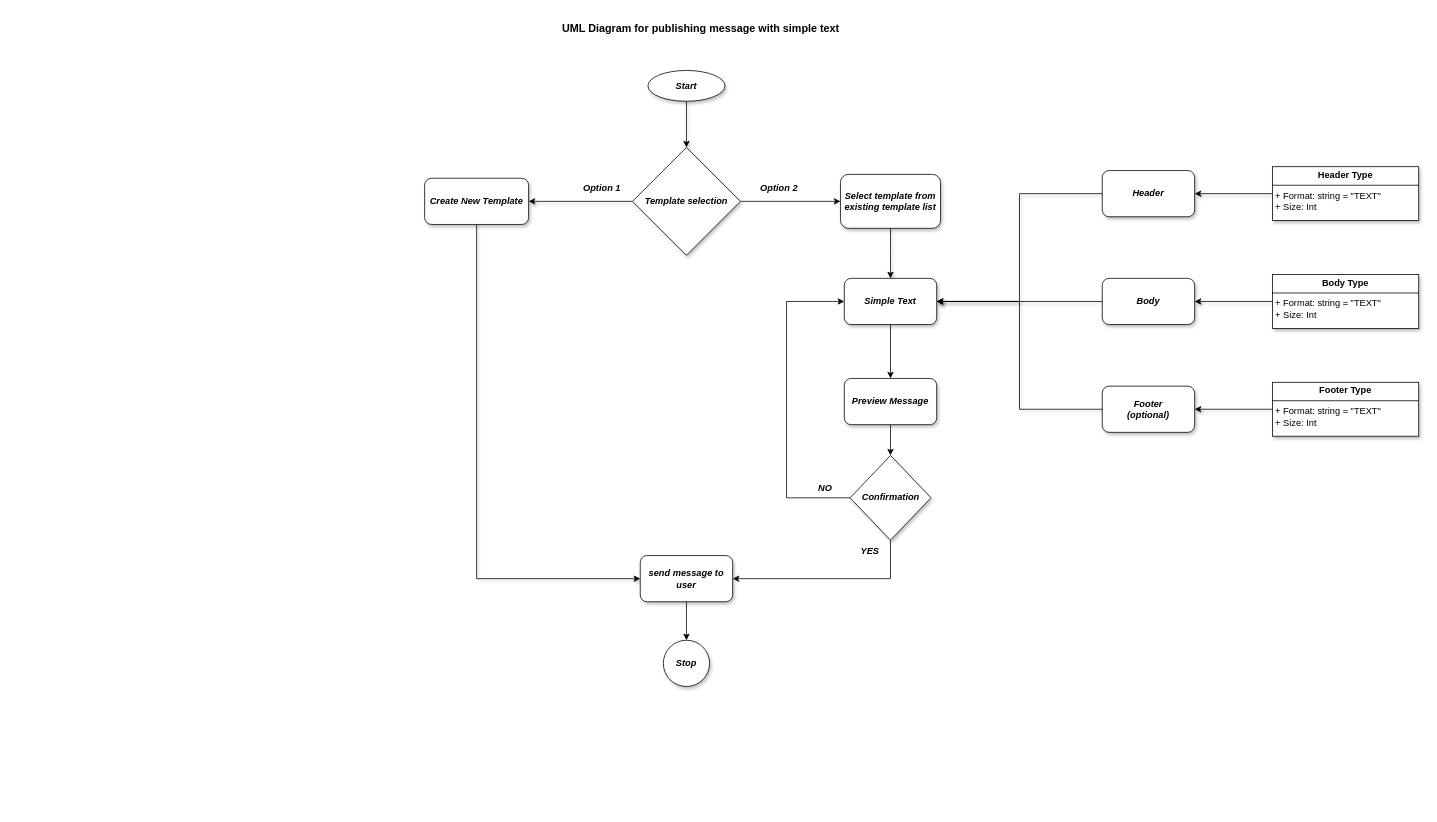
Earlier version of the draw.io diagram page "simple_text" (1 of 4) of uml_diagrams/all_templates.drawio (AbhishekSiddagalla/Whatsapp-cloudAPI). Source tidied: cells renumbered, new cells numbered last; positions are measured from the earlier drawing's top-left corner, leaving out a move shared by most shapes. Both pictures are drawn from the tidied source at 77%, with x=0, y=0 at pixel (424, 16).
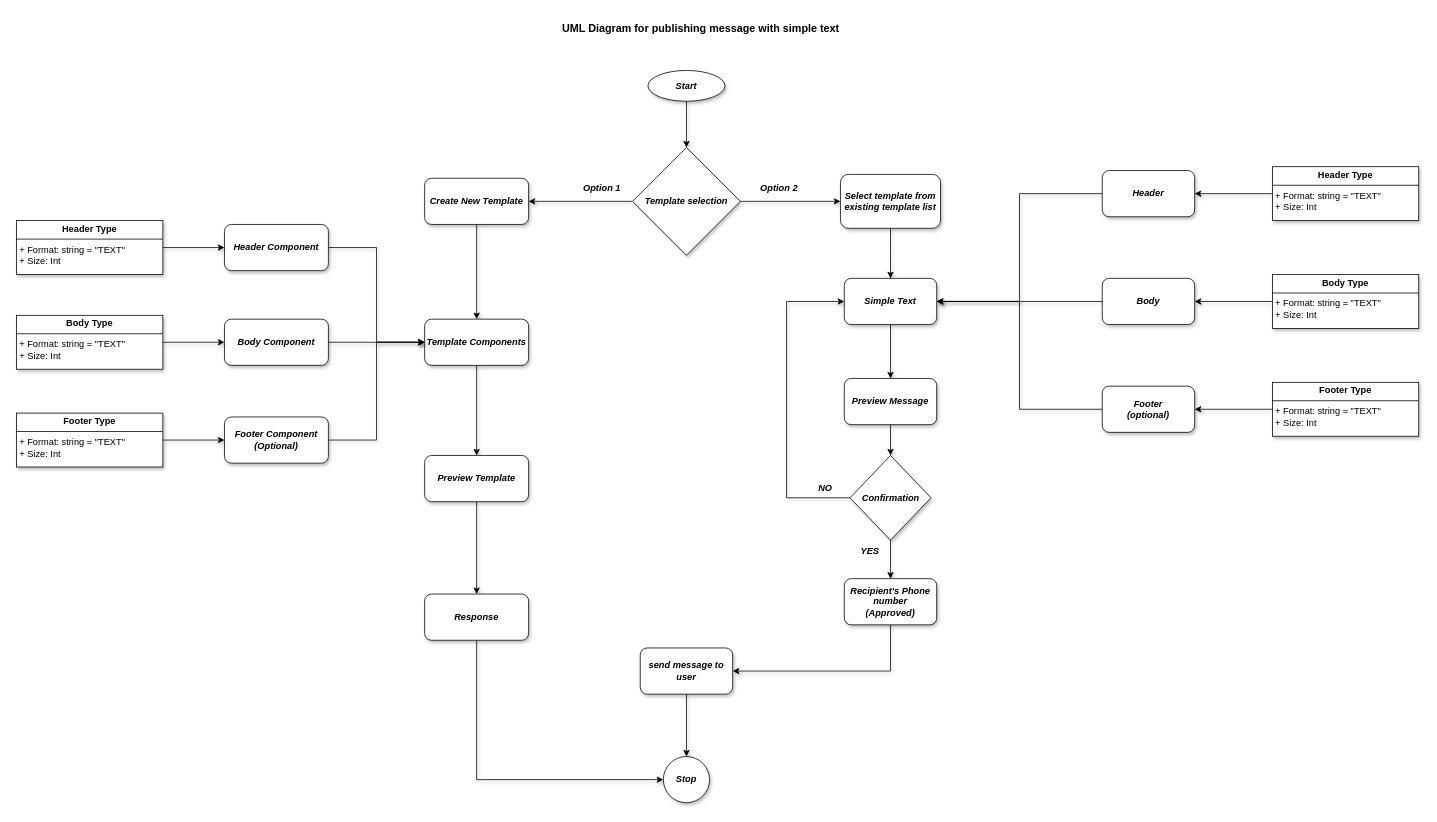
The same diagram, later.

Commit message (it also covers changes not shown here):
# uml diagrams for template creation

The change refers to these unchanged cells:
```xml
<mxCell id="5" value="&lt;b&gt;&lt;i&gt;Template selection&lt;/i&gt;&lt;/b&gt;" style="rhombus;whiteSpace=wrap;html=1;shadow=1;" parent="1" vertex="1">
  <mxGeometry x="270" y="170" width="140" height="140" as="geometry" />
</mxCell>
<mxCell id="10" value="&lt;b&gt;&lt;i&gt;Select template from existing template list&lt;/i&gt;&lt;/b&gt;" style="rounded=1;whiteSpace=wrap;html=1;shadow=1;glass=0;" parent="1" vertex="1">
  <mxGeometry x="540" y="205" width="130" height="70" as="geometry" />
</mxCell>
<mxCell id="12" value="&lt;b&gt;&lt;i&gt;Create New Template&lt;/i&gt;&lt;/b&gt;" style="rounded=1;whiteSpace=wrap;html=1;shadow=1;" parent="1" vertex="1">
  <mxGeometry y="210" width="135" height="60" as="geometry" />
</mxCell>
<mxCell id="14" value="&lt;b&gt;&lt;i&gt;Simple Text&lt;/i&gt;&lt;/b&gt;" style="rounded=1;whiteSpace=wrap;html=1;shadow=1;" parent="1" vertex="1">
  <mxGeometry x="545" y="340" width="120" height="60" as="geometry" />
</mxCell>
<mxCell id="27" value="&lt;b&gt;&lt;i&gt;Preview Message&lt;/i&gt;&lt;/b&gt;" style="rounded=1;whiteSpace=wrap;html=1;shadow=1;" parent="1" vertex="1">
  <mxGeometry x="545" y="470" width="120" height="60" as="geometry" />
</mxCell>
<mxCell id="36" value="&lt;b&gt;&lt;i&gt;Confirmation&lt;/i&gt;&lt;/b&gt;" style="rhombus;whiteSpace=wrap;html=1;shadow=1;" parent="1" vertex="1">
  <mxGeometry x="552.5" y="570" width="105" height="110" as="geometry" />
</mxCell>
```

The edit, as a diff of the source:
```diff
@@
-    <mxCell id="4" style="edgeStyle=orthogonalEdgeStyle;rounded=0;jettySize=auto;html=1;exitX=1;exitY=0.5;exitDx=0;exitDy=0;entryX=0;entryY=0.5;entryDx=0;entryDy=0;" parent="1" edge="1" source="5" target="10">
+    <mxCell id="4" style="edgeStyle=orthogonalEdgeStyle;rounded=0;jettySize=auto;html=1;exitX=1;exitY=0.5;exitDx=0;exitDy=0;entryX=0;entryY=0.5;entryDx=0;entryDy=0;shadow=1;" parent="1" edge="1" source="5" target="10">
       <mxGeometry relative="1" as="geometry" />
     </mxCell>
@@
-    <mxCell id="6" value="&lt;b&gt;&lt;font style=&quot;font-size: 14px;&quot;&gt;UML Diagram for publishing message with simple text&lt;/font&gt;&amp;nbsp;&lt;/b&gt;" style="text;html=1;align=center;verticalAlign=middle;strokeColor=none;fillColor=none;shadow=0;" parent="1" vertex="1">
+    <mxCell id="6" value="&lt;b&gt;&lt;font style=&quot;font-size: 14px;&quot;&gt;UML Diagram for publishing message with simple text&lt;/font&gt;&amp;nbsp;&lt;/b&gt;" style="text;html=1;align=center;verticalAlign=middle;strokeColor=none;fillColor=none;shadow=1;" parent="1" vertex="1">
       <mxGeometry x="165" width="390" height="30" as="geometry" />
     </mxCell>
@@
-    <mxCell id="11" style="edgeStyle=orthogonalEdgeStyle;rounded=0;jettySize=auto;html=1;exitX=0.5;exitY=1;exitDx=0;exitDy=0;entryX=0;entryY=0.5;entryDx=0;entryDy=0;shadow=1;" parent="1" edge="1" source="12" target="29">
-      <mxGeometry relative="1" as="geometry" />
-    </mxCell>
+    <mxCell id="39" style="edgeStyle=orthogonalEdgeStyle;rounded=0;jettySize=auto;html=1;exitX=0.5;exitY=1;exitDx=0;exitDy=0;entryX=0.5;entryY=0;entryDx=0;entryDy=0;shadow=1;" parent="1" edge="1" source="12" target="44">
+      <mxGeometry relative="1" as="geometry" />
+    </mxCell>
@@
-    <mxCell id="13" style="edgeStyle=orthogonalEdgeStyle;rounded=0;jettySize=auto;html=1;exitX=0.5;exitY=1;exitDx=0;exitDy=0;entryX=0.5;entryY=0;entryDx=0;entryDy=0;" parent="1" edge="1" source="14" target="27">
+    <mxCell id="13" style="edgeStyle=orthogonalEdgeStyle;rounded=0;jettySize=auto;html=1;exitX=0.5;exitY=1;exitDx=0;exitDy=0;entryX=0.5;entryY=0;entryDx=0;entryDy=0;shadow=1;" parent="1" edge="1" source="14" target="27">
       <mxGeometry relative="1" as="geometry" />
     </mxCell>
@@
     <mxCell id="25" value="&lt;b&gt;&lt;i&gt;Stop&lt;/i&gt;&lt;/b&gt;" style="ellipse;whiteSpace=wrap;html=1;shadow=1;" parent="1" vertex="1">
-      <mxGeometry x="310" y="810" width="60" height="60" as="geometry" />
+      <mxGeometry x="310" y="961" width="60" height="60" as="geometry" />
     </mxCell>
-    <mxCell id="26" style="edgeStyle=orthogonalEdgeStyle;rounded=0;jettySize=auto;html=1;exitX=0.5;exitY=1;exitDx=0;exitDy=0;entryX=0.5;entryY=0;entryDx=0;entryDy=0;" parent="1" edge="1" source="27" target="36">
+    <mxCell id="26" style="edgeStyle=orthogonalEdgeStyle;rounded=0;jettySize=auto;html=1;exitX=0.5;exitY=1;exitDx=0;exitDy=0;entryX=0.5;entryY=0;entryDx=0;entryDy=0;shadow=1;" parent="1" edge="1" source="27" target="36">
       <mxGeometry relative="1" as="geometry" />
     </mxCell>
@@
-    <mxCell id="28" style="edgeStyle=orthogonalEdgeStyle;rounded=0;jettySize=auto;html=1;exitX=0.5;exitY=1;exitDx=0;exitDy=0;entryX=0.5;entryY=0;entryDx=0;entryDy=0;" parent="1" edge="1" source="29" target="25">
+    <mxCell id="28" style="edgeStyle=orthogonalEdgeStyle;rounded=0;jettySize=auto;html=1;exitX=0.5;exitY=1;exitDx=0;exitDy=0;entryX=0.5;entryY=0;entryDx=0;entryDy=0;shadow=1;" parent="1" edge="1" source="29" target="25">
       <mxGeometry relative="1" as="geometry" />
     </mxCell>
     <mxCell id="29" value="&lt;b&gt;&lt;i&gt;send message to user&lt;/i&gt;&lt;/b&gt;" style="rounded=1;whiteSpace=wrap;html=1;shadow=1;" parent="1" vertex="1">
-      <mxGeometry x="280" y="700" width="120" height="60" as="geometry" />
+      <mxGeometry x="280" y="820" width="120" height="60" as="geometry" />
     </mxCell>
@@
-    <mxCell id="34" style="edgeStyle=orthogonalEdgeStyle;rounded=0;jettySize=auto;html=1;exitX=0.5;exitY=1;exitDx=0;exitDy=0;entryX=1;entryY=0.5;entryDx=0;entryDy=0;" parent="1" edge="1" source="36" target="29">
-      <mxGeometry relative="1" as="geometry">
-        <Array as="points">
-          <mxPoint x="605" y="730" />
-        </Array>
-      </mxGeometry>
-    </mxCell>
-    <mxCell id="35" style="edgeStyle=orthogonalEdgeStyle;rounded=0;jettySize=auto;html=1;exitX=0;exitY=0.5;exitDx=0;exitDy=0;entryX=0;entryY=0.5;entryDx=0;entryDy=0;" parent="1" edge="1" source="36" target="14">
+    <mxCell id="35" style="edgeStyle=orthogonalEdgeStyle;rounded=0;jettySize=auto;html=1;exitX=0;exitY=0.5;exitDx=0;exitDy=0;entryX=0;entryY=0.5;entryDx=0;entryDy=0;shadow=1;" parent="1" edge="1" source="36" target="14">
       <mxGeometry relative="1" as="geometry">
         <Array as="points">
           <mxPoint x="470" y="625" />
           <mxPoint x="470" y="370" />
         </Array>
       </mxGeometry>
     </mxCell>
+    <mxCell id="40" style="edgeStyle=orthogonalEdgeStyle;rounded=0;jettySize=auto;html=1;exitX=0.5;exitY=1;exitDx=0;exitDy=0;entryX=0.5;entryY=0;entryDx=0;entryDy=0;shadow=1;" parent="1" edge="1" source="36" target="42">
+      <mxGeometry relative="1" as="geometry" />
+    </mxCell>
@@
-    <mxCell id="37" value="&lt;b&gt;&lt;i&gt;YES&lt;/i&gt;&lt;/b&gt;" style="text;html=1;align=center;verticalAlign=middle;strokeColor=none;fillColor=none;" parent="1" vertex="1">
+    <mxCell id="37" value="&lt;b&gt;&lt;i&gt;YES&lt;/i&gt;&lt;/b&gt;" style="text;html=1;align=center;verticalAlign=middle;strokeColor=none;fillColor=none;shadow=1;" parent="1" vertex="1">
       <mxGeometry x="552.5" y="680" width="50" height="30" as="geometry" />
     </mxCell>
-    <mxCell id="38" value="&lt;b&gt;&lt;i&gt;NO&lt;/i&gt;&lt;/b&gt;" style="text;html=1;align=center;verticalAlign=middle;strokeColor=none;fillColor=none;" parent="1" vertex="1">
+    <mxCell id="38" value="&lt;b&gt;&lt;i&gt;NO&lt;/i&gt;&lt;/b&gt;" style="text;html=1;align=center;verticalAlign=middle;strokeColor=none;fillColor=none;shadow=1;" parent="1" vertex="1">
       <mxGeometry x="500" y="598" width="40" height="30" as="geometry" />
     </mxCell>
+    <mxCell id="41" style="edgeStyle=orthogonalEdgeStyle;rounded=0;jettySize=auto;html=1;exitX=0.5;exitY=1;exitDx=0;exitDy=0;entryX=1;entryY=0.5;entryDx=0;entryDy=0;shadow=1;" parent="1" edge="1" source="42" target="29">
+      <mxGeometry relative="1" as="geometry" />
+    </mxCell>
+    <mxCell id="42" value="&lt;b&gt;&lt;i&gt;Recipient's Phone number&lt;br&gt;(Approved)&lt;/i&gt;&lt;/b&gt;" style="rounded=1;whiteSpace=wrap;html=1;shadow=1;" parent="1" vertex="1">
+      <mxGeometry x="545" y="730" width="120" height="60" as="geometry" />
+    </mxCell>
+    <mxCell id="43" style="edgeStyle=orthogonalEdgeStyle;rounded=0;jettySize=auto;html=1;exitX=0.5;exitY=1;exitDx=0;exitDy=0;shadow=1;" parent="1" edge="1" source="44" target="46">
+      <mxGeometry relative="1" as="geometry" />
+    </mxCell>
+    <mxCell id="44" value="&lt;b&gt;&lt;i&gt;Template Components&lt;/i&gt;&lt;/b&gt;" style="rounded=1;whiteSpace=wrap;html=1;shadow=1;" parent="1" vertex="1">
+      <mxGeometry y="393" width="135" height="60" as="geometry" />
+    </mxCell>
+    <mxCell id="45" style="edgeStyle=orthogonalEdgeStyle;rounded=0;jettySize=auto;html=1;exitX=0.5;exitY=1;exitDx=0;exitDy=0;shadow=1;" parent="1" edge="1" source="46" target="48">
+      <mxGeometry relative="1" as="geometry" />
+    </mxCell>
+    <mxCell id="46" value="&lt;b&gt;&lt;i&gt;Preview Template&lt;/i&gt;&lt;/b&gt;" style="rounded=1;whiteSpace=wrap;html=1;shadow=1;" parent="1" vertex="1">
+      <mxGeometry y="570" width="135" height="60" as="geometry" />
+    </mxCell>
+    <mxCell id="47" style="edgeStyle=orthogonalEdgeStyle;rounded=0;jettySize=auto;html=1;exitX=0.5;exitY=1;exitDx=0;exitDy=0;entryX=0;entryY=0.5;entryDx=0;entryDy=0;shadow=1;" parent="1" edge="1" source="48" target="25">
+      <mxGeometry relative="1" as="geometry" />
+    </mxCell>
+    <mxCell id="48" value="&lt;b&gt;&lt;i&gt;Response&lt;/i&gt;&lt;/b&gt;" style="rounded=1;whiteSpace=wrap;html=1;shadow=1;" parent="1" vertex="1">
+      <mxGeometry y="750" width="135" height="60" as="geometry" />
+    </mxCell>
+    <mxCell id="49" style="edgeStyle=orthogonalEdgeStyle;rounded=0;jettySize=auto;html=1;exitX=1;exitY=0.5;exitDx=0;exitDy=0;entryX=0;entryY=0.5;entryDx=0;entryDy=0;shadow=1;" parent="1" edge="1" source="50" target="44">
+      <mxGeometry relative="1" as="geometry" />
+    </mxCell>
+    <mxCell id="50" value="&lt;b&gt;&lt;i&gt;Header Component&lt;/i&gt;&lt;/b&gt;" style="rounded=1;whiteSpace=wrap;html=1;shadow=1;" parent="1" vertex="1">
+      <mxGeometry x="-260" y="270" width="135" height="60" as="geometry" />
+    </mxCell>
+    <mxCell id="51" style="edgeStyle=orthogonalEdgeStyle;rounded=0;jettySize=auto;html=1;exitX=1;exitY=0.5;exitDx=0;exitDy=0;entryX=0;entryY=0.5;entryDx=0;entryDy=0;shadow=1;" parent="1" edge="1" source="52" target="44">
+      <mxGeometry relative="1" as="geometry" />
+    </mxCell>
+    <mxCell id="52" value="&lt;b&gt;&lt;i&gt;Body Component&lt;/i&gt;&lt;/b&gt;" style="rounded=1;whiteSpace=wrap;html=1;shadow=1;" parent="1" vertex="1">
+      <mxGeometry x="-260" y="393" width="135" height="60" as="geometry" />
+    </mxCell>
+    <mxCell id="53" style="edgeStyle=orthogonalEdgeStyle;rounded=0;jettySize=auto;html=1;exitX=1;exitY=0.5;exitDx=0;exitDy=0;entryX=0;entryY=0.5;entryDx=0;entryDy=0;shadow=1;" parent="1" edge="1" source="54" target="44">
+      <mxGeometry relative="1" as="geometry" />
+    </mxCell>
+    <mxCell id="54" value="&lt;b&gt;&lt;i&gt;Footer Component&lt;br&gt;(Optional)&lt;/i&gt;&lt;/b&gt;" style="rounded=1;whiteSpace=wrap;html=1;shadow=1;" parent="1" vertex="1">
+      <mxGeometry x="-260" y="520" width="135" height="60" as="geometry" />
+    </mxCell>
+    <mxCell id="55" style="edgeStyle=orthogonalEdgeStyle;rounded=0;jettySize=auto;html=1;exitX=1;exitY=0.5;exitDx=0;exitDy=0;entryX=0;entryY=0.5;entryDx=0;entryDy=0;shadow=1;" parent="1" edge="1" source="56" target="50">
+      <mxGeometry relative="1" as="geometry" />
+    </mxCell>
+    <mxCell id="56" value="&lt;p style=&quot;margin:0px;margin-top:4px;text-align:center;&quot;&gt;&lt;b&gt;Header Type&lt;/b&gt;&lt;/p&gt;&lt;hr size=&quot;1&quot; style=&quot;border-style:solid;&quot;&gt;&lt;p style=&quot;margin:0px;margin-left:4px;&quot;&gt;+ Format: string = &quot;TEXT&quot;&lt;br&gt;+ Size: Int&lt;/p&gt;&lt;p style=&quot;margin:0px;margin-left:4px;&quot;&gt;&lt;br&gt;&lt;/p&gt;" style="verticalAlign=top;align=left;overflow=fill;html=1;whiteSpace=wrap;shadow=1;" parent="1" vertex="1">
+      <mxGeometry x="-530" y="265" width="190" height="70" as="geometry" />
+    </mxCell>
+    <mxCell id="57" style="edgeStyle=orthogonalEdgeStyle;rounded=0;jettySize=auto;html=1;exitX=1;exitY=0.5;exitDx=0;exitDy=0;entryX=0;entryY=0.5;entryDx=0;entryDy=0;shadow=1;" parent="1" edge="1" source="58" target="52">
+      <mxGeometry relative="1" as="geometry" />
+    </mxCell>
+    <mxCell id="58" value="&lt;p style=&quot;margin:0px;margin-top:4px;text-align:center;&quot;&gt;&lt;b&gt;Body Type&lt;/b&gt;&lt;/p&gt;&lt;hr size=&quot;1&quot; style=&quot;border-style:solid;&quot;&gt;&lt;p style=&quot;margin:0px;margin-left:4px;&quot;&gt;+ Format: string = &quot;TEXT&quot;&lt;br&gt;+ Size: Int&lt;/p&gt;&lt;p style=&quot;margin:0px;margin-left:4px;&quot;&gt;&lt;br&gt;&lt;/p&gt;" style="verticalAlign=top;align=left;overflow=fill;html=1;whiteSpace=wrap;shadow=1;" parent="1" vertex="1">
+      <mxGeometry x="-530" y="388" width="190" height="70" as="geometry" />
+    </mxCell>
+    <mxCell id="59" style="edgeStyle=orthogonalEdgeStyle;rounded=0;jettySize=auto;html=1;exitX=1;exitY=0.5;exitDx=0;exitDy=0;entryX=0;entryY=0.5;entryDx=0;entryDy=0;shadow=1;" parent="1" edge="1" source="60" target="54">
+      <mxGeometry relative="1" as="geometry" />
+    </mxCell>
+    <mxCell id="60" value="&lt;p style=&quot;margin:0px;margin-top:4px;text-align:center;&quot;&gt;&lt;b&gt;Footer Type&lt;/b&gt;&lt;/p&gt;&lt;hr size=&quot;1&quot; style=&quot;border-style:solid;&quot;&gt;&lt;p style=&quot;margin:0px;margin-left:4px;&quot;&gt;+ Format: string = &quot;TEXT&quot;&lt;br&gt;+ Size: Int&lt;/p&gt;&lt;p style=&quot;margin:0px;margin-left:4px;&quot;&gt;&lt;br&gt;&lt;/p&gt;" style="verticalAlign=top;align=left;overflow=fill;html=1;whiteSpace=wrap;shadow=1;" parent="1" vertex="1">
+      <mxGeometry x="-530" y="515" width="190" height="70" as="geometry" />
+    </mxCell>
```
